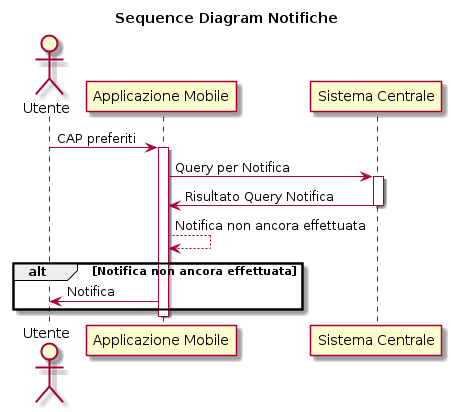
Earlier version of the PlantUML export build/diagrams/sequence/notifiche.png (xFA25E/sweng_14_2019).
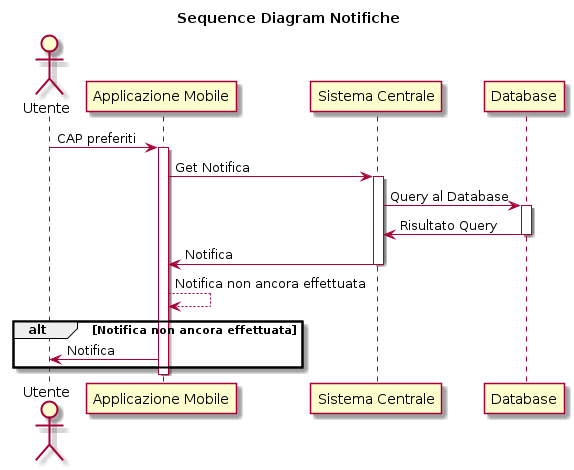
After the commit.

What changed in the source:
```diff
@@ -5,16 +5,22 @@
 Utente -> "Applicazione Mobile": CAP preferiti
 activate "Applicazione Mobile"
 
-"Applicazione Mobile" -> "Sistema Centrale": Query per Notifica
+"Applicazione Mobile" -> "Sistema Centrale": Get Notifica
 activate "Sistema Centrale"
 
-"Sistema Centrale" -> "Applicazione Mobile": Risultato Query Notifica
+"Sistema Centrale" -> "Database": Query al Database
+activate "Database"
+
+"Database" -> "Sistema Centrale": Risultato Query
+deactivate "Database"
+
+"Sistema Centrale" -> "Applicazione Mobile": Notifica
 deactivate "Sistema Centrale"
 
 "Applicazione Mobile" --> "Applicazione Mobile": Notifica non ancora effettuata
 
 alt Notifica non ancora effettuata
-    "Applicazione Mobile" -> Utente: Notifica
+	"Applicazione Mobile" -> Utente: Notifica
 end
 deactivate "Applicazione Mobile"
 @enduml
```
